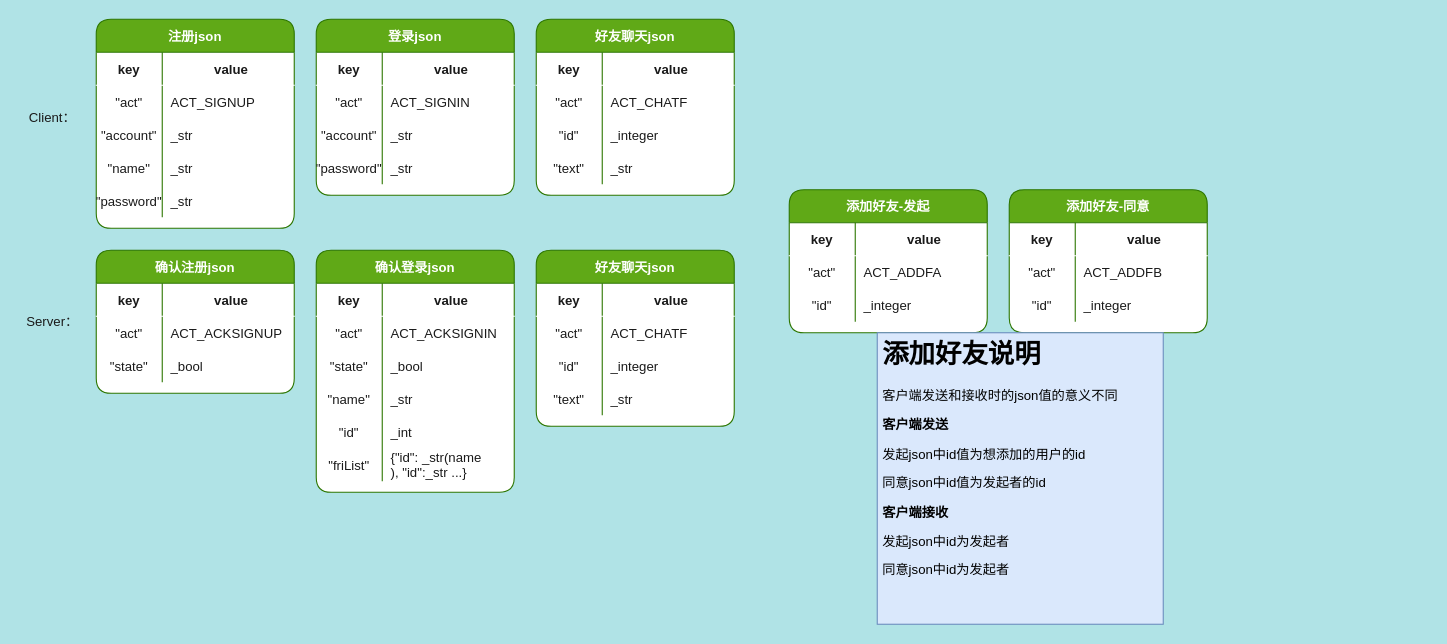
Above: json类型约定.drawio in leo-zhang-git/Gchatpro-file (draw.io), before the change. Source tidied: cells renumbered, new cells numbered last; positions are measured from the earlier drawing's top-left corner, leaving out a move shared by most shapes. Both pictures are drawn from the tidied source at 110%, with x=0, y=0 at pixel (19, 19).
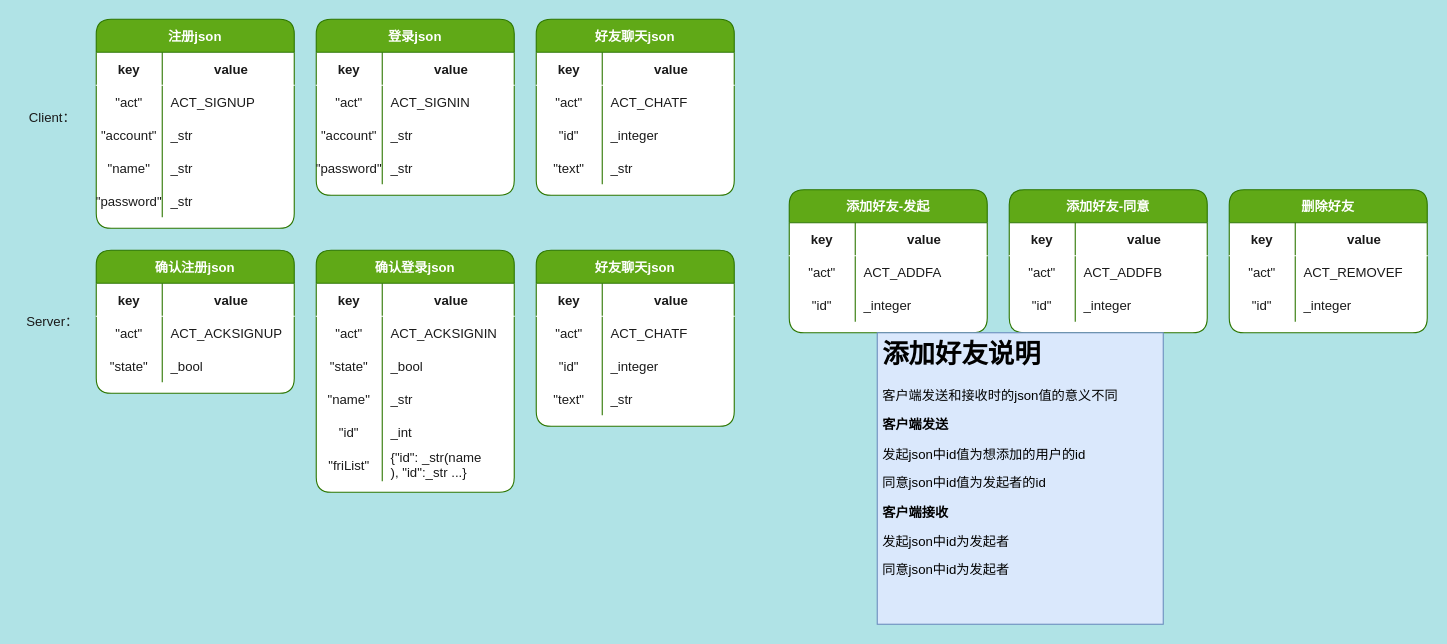
The same diagram, later.

Commit message:
添加/删除好友

The edit, as a diff of the source:
```diff
@@
+    <mxCell id="109" value="删除好友" style="shape=table;startSize=30;childLayout=tableLayout;rowLines=0;fontStyle=1;align=center;rounded=1;shadow=0;fillColor=#60a917;strokeColor=#2D7600;fontColor=#ffffff;flipH=1;flipV=0;gradientColor=none;swimlaneFillColor=default;" parent="1" vertex="1">
+      <mxGeometry x="1100" y="155" width="180" height="130" as="geometry" />
+    </mxCell>
+    <mxCell id="110" style="shape=tableRow;horizontal=0;startSize=0;swimlaneHead=0;swimlaneBody=0;fillColor=none;top=0;left=0;right=0;bottom=1;rounded=1;shadow=0;fontColor=#1A1A1A;strokeColor=#FFFFFF;" parent="109" vertex="1">
+      <mxGeometry y="30" width="180" height="30" as="geometry" />
+    </mxCell>
+    <mxCell id="111" value="key" style="shape=partialRectangle;fillColor=none;top=0;left=0;bottom=0;right=0;fontStyle=1;overflow=hidden;rounded=1;shadow=0;fontColor=#1A1A1A;strokeColor=#FFFFFF;" parent="110" vertex="1">
+      <mxGeometry width="60" height="30" as="geometry" />
+    </mxCell>
+    <mxCell id="112" value="value" style="shape=partialRectangle;fillColor=none;top=0;left=0;bottom=0;right=0;align=center;spacingLeft=6;fontStyle=1;overflow=hidden;rounded=1;shadow=0;fontColor=#1A1A1A;strokeColor=#66FF66;verticalAlign=middle;" parent="110" vertex="1">
+      <mxGeometry x="60" width="120" height="30" as="geometry" />
+    </mxCell>
+    <mxCell id="113" style="shape=tableRow;horizontal=0;startSize=0;swimlaneHead=0;swimlaneBody=0;fillColor=none;top=0;left=0;right=0;bottom=0;rounded=1;shadow=0;fontColor=#1A1A1A;strokeColor=#FFFFFF;" parent="109" vertex="1">
+      <mxGeometry y="60" width="180" height="30" as="geometry" />
+    </mxCell>
+    <mxCell id="114" value="&quot;act&quot;" style="shape=partialRectangle;fillColor=none;top=0;left=0;bottom=0;right=0;overflow=hidden;rounded=1;shadow=0;fontColor=#1A1A1A;strokeColor=#FFFFFF;" parent="113" vertex="1">
+      <mxGeometry width="60" height="30" as="geometry" />
+    </mxCell>
+    <mxCell id="115" value="ACT_REMOVEF" style="shape=partialRectangle;fillColor=none;top=0;left=0;bottom=0;right=0;align=left;spacingLeft=6;overflow=hidden;rounded=1;shadow=0;fontColor=#1A1A1A;strokeColor=#FFFFFF;" parent="113" vertex="1">
+      <mxGeometry x="60" width="120" height="30" as="geometry" />
+    </mxCell>
+    <mxCell id="116" style="shape=tableRow;horizontal=0;startSize=0;swimlaneHead=0;swimlaneBody=0;fillColor=none;top=0;left=0;right=0;bottom=0;rounded=1;shadow=0;fontColor=#1A1A1A;strokeColor=#FFFFFF;" parent="109" vertex="1">
+      <mxGeometry y="90" width="180" height="30" as="geometry" />
+    </mxCell>
+    <mxCell id="117" value="&quot;id&quot;" style="shape=partialRectangle;fillColor=none;top=0;left=0;bottom=0;right=0;overflow=hidden;rounded=1;shadow=0;fontColor=#1A1A1A;strokeColor=#FFFFFF;" parent="116" vertex="1">
+      <mxGeometry width="60" height="30" as="geometry" />
+    </mxCell>
+    <mxCell id="118" value="_integer" style="shape=partialRectangle;fillColor=none;top=0;left=0;bottom=0;right=0;align=left;spacingLeft=6;overflow=hidden;rounded=1;shadow=0;fontColor=#1A1A1A;strokeColor=#FFFFFF;" parent="116" vertex="1">
+      <mxGeometry x="60" width="120" height="30" as="geometry" />
+    </mxCell>
```
